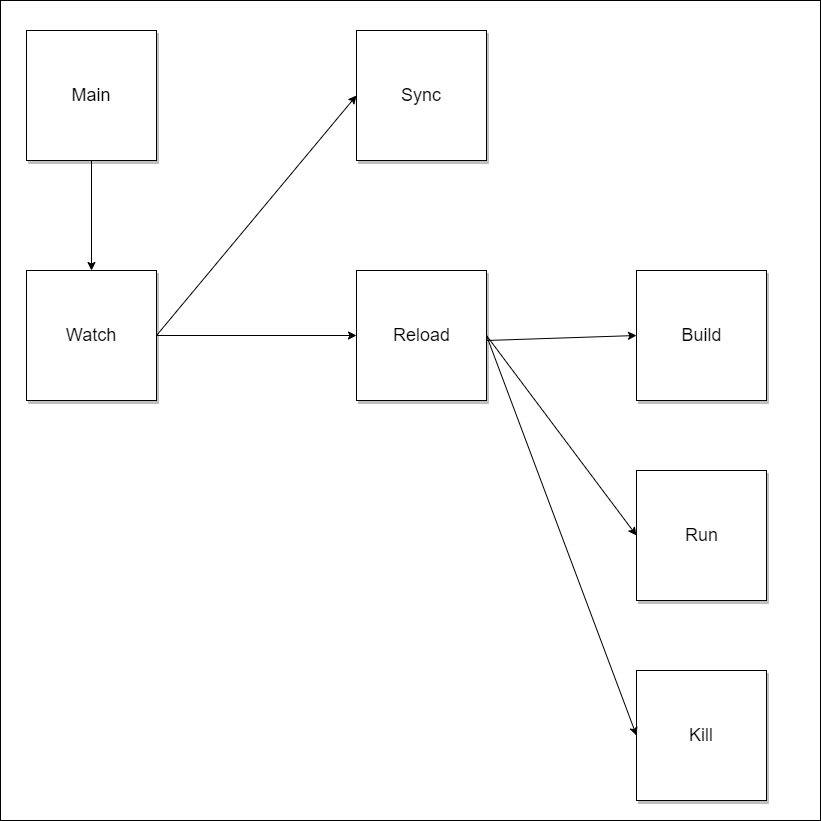
Above: go-server-browser-reload.png in AlexanderBrese/gomon (draw.io), before the change. Source tidied: cells renumbered, new cells last; positions are measured from the earlier drawing's top-left corner, leaving out a move shared by most shapes.
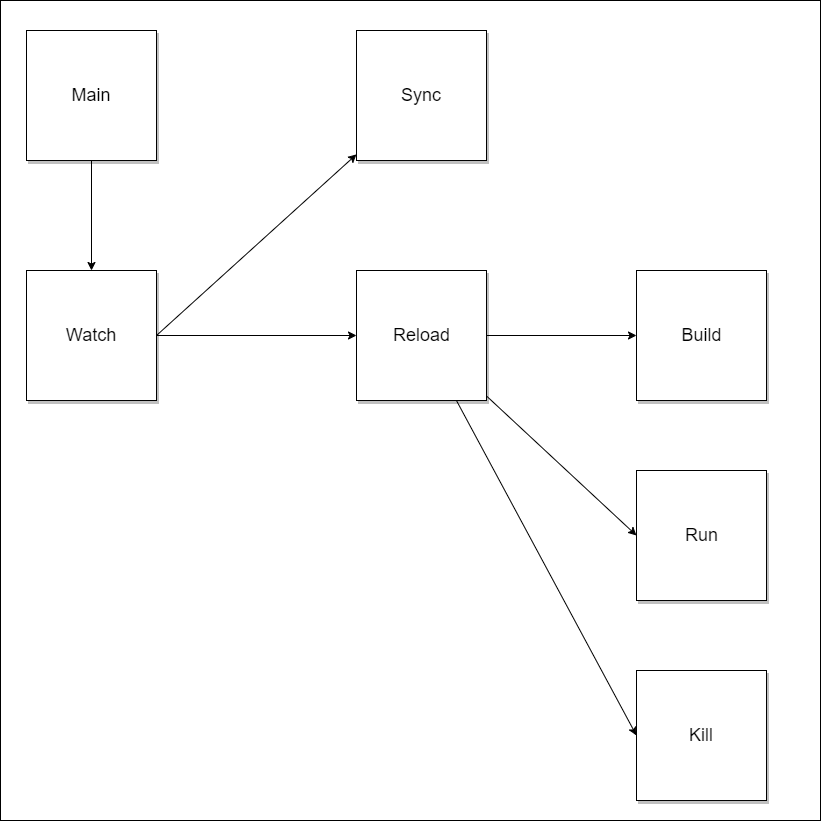
The same diagram one commit later.

Diff of the diagram source:
```diff
@@ -26,10 +26,12 @@
     <mxCell id="9" style="whiteSpace=wrap;html=1;shadow=1;" parent="1" vertex="1">
       <mxGeometry x="636" y="670" width="130" height="130" as="geometry" />
     </mxCell>
-    <mxCell id="10" style="endArrow=classic;html=1;exitX=0.5;exitY=1;exitDx=0;exitDy=0;entryX=0.5;entryY=0;entryDx=0;entryDy=0;" parent="1" edge="1" source="3" target="4">
-      <mxGeometry relative="1" as="geometry" />
+    <mxCell id="10" style="endArrow=classic;html=1;exitX=0.5;exitY=1;exitDx=0;exitDy=0;" parent="1" edge="1" source="3">
+      <mxGeometry relative="1" as="geometry">
+        <mxPoint x="91" y="270" as="targetPoint" />
+      </mxGeometry>
     </mxCell>
-    <mxCell id="11" style="endArrow=classic;html=1;entryX=0;entryY=0.5;entryDx=0;entryDy=0;exitX=1;exitY=0.5;exitDx=0;exitDy=0;" parent="1" edge="1" source="4" target="5">
+    <mxCell id="11" style="endArrow=classic;html=1;exitX=1;exitY=0.5;exitDx=0;exitDy=0;" parent="1" edge="1" source="4" target="5">
       <mxGeometry relative="1" as="geometry" />
     </mxCell>
     <mxCell id="12" style="endArrow=classic;html=1;entryX=0;entryY=0.5;entryDx=0;entryDy=0;" parent="1" edge="1" target="6">
@@ -39,13 +41,13 @@
     </mxCell>
     <mxCell id="13" style="endArrow=classic;html=1;entryX=0;entryY=0.5;entryDx=0;entryDy=0;" parent="1" edge="1" target="7">
       <mxGeometry relative="1" as="geometry">
-        <mxPoint x="486" y="340" as="sourcePoint" />
+        <mxPoint x="486" y="335" as="sourcePoint" />
       </mxGeometry>
     </mxCell>
-    <mxCell id="14" style="endArrow=classic;html=1;entryX=0;entryY=0.5;entryDx=0;entryDy=0;exitX=1;exitY=0.5;exitDx=0;exitDy=0;" parent="1" edge="1" source="6" target="8">
+    <mxCell id="14" style="endArrow=classic;html=1;entryX=0;entryY=0.5;entryDx=0;entryDy=0;" parent="1" edge="1" source="6" target="8">
       <mxGeometry relative="1" as="geometry" />
     </mxCell>
-    <mxCell id="15" style="endArrow=classic;html=1;entryX=0;entryY=0.5;entryDx=0;entryDy=0;exitX=1;exitY=0.5;exitDx=0;exitDy=0;" parent="1" edge="1" source="6" target="9">
+    <mxCell id="15" style="endArrow=classic;html=1;entryX=0;entryY=0.5;entryDx=0;entryDy=0;" parent="1" edge="1" source="6" target="9">
       <mxGeometry relative="1" as="geometry" />
     </mxCell>
     <mxCell id="16" value="&lt;font style=&quot;font-size: 18px&quot;&gt;Main&lt;/font&gt;" style="text;html=1;strokeColor=none;fillColor=none;align=center;verticalAlign=middle;whiteSpace=wrap;rounded=0;shadow=1;" parent="1" vertex="1">
```
